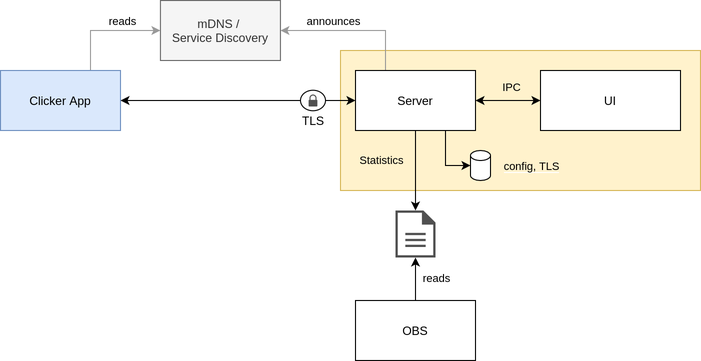
This is documentation/static/overview.png from kickertech/fcl-app, a draw.io export, as it was before one commit. Source tidied: cells renumbered, new cells last; positions are measured from the earlier drawing's top-left corner, leaving out a move shared by most shapes. Source of this version:
```xml
<mxGraphModel>
  <root>
    <mxCell id="0" />
    <mxCell id="1" parent="0" />
    <mxCell id="2" style="rounded=0;whiteSpace=wrap;html=1;fillColor=#fff2cc;strokeColor=#d6b656;" parent="1" vertex="1">
      <mxGeometry x="340" y="50" width="360" height="140" as="geometry" />
    </mxCell>
    <mxCell id="3" style="edgeStyle=orthogonalEdgeStyle;rounded=0;jettySize=auto;html=1;exitX=0.25;exitY=0;exitDx=0;exitDy=0;entryX=1;entryY=0.5;entryDx=0;entryDy=0;fillColor=#f5f5f5;strokeColor=#999999;" parent="1" edge="1" source="11" target="16">
      <mxGeometry relative="1" as="geometry" />
    </mxCell>
    <mxCell id="4" value="announces" style="edgeLabel;html=1;align=center;verticalAlign=middle;" parent="3" vertex="1">
      <mxGeometry x="0.19" y="1" relative="1" as="geometry">
        <mxPoint x="-6.5" y="-11" as="offset" />
      </mxGeometry>
    </mxCell>
    <mxCell id="5" style="edgeStyle=orthogonalEdgeStyle;rounded=0;jettySize=auto;html=1;exitX=1;exitY=0.5;exitDx=0;exitDy=0;entryX=0;entryY=0.5;entryDx=0;entryDy=0;endArrow=classic;endFill=1;startArrow=classic;startFill=1;" parent="1" edge="1" source="11" target="12">
      <mxGeometry relative="1" as="geometry" />
    </mxCell>
    <mxCell id="6" value="IPC" style="edgeLabel;html=1;align=center;verticalAlign=middle;labelBackgroundColor=#FFF2CC;" parent="5" vertex="1">
      <mxGeometry x="-0.33" relative="1" as="geometry">
        <mxPoint x="13.3" y="-13.5" as="offset" />
      </mxGeometry>
    </mxCell>
    <mxCell id="7" style="edgeStyle=orthogonalEdgeStyle;rounded=0;jettySize=auto;html=1;exitX=0.5;exitY=1;exitDx=0;exitDy=0;startArrow=none;startFill=0;endArrow=classic;endFill=1;" parent="1" edge="1" source="11" target="17">
      <mxGeometry relative="1" as="geometry" />
    </mxCell>
    <mxCell id="8" value="Statistics" style="edgeLabel;html=1;align=center;verticalAlign=middle;labelBackgroundColor=#FFF2CC;" parent="7" vertex="1">
      <mxGeometry x="0.35" y="-1" relative="1" as="geometry">
        <mxPoint x="-34" y="-24.3" as="offset" />
      </mxGeometry>
    </mxCell>
    <mxCell id="9" style="edgeStyle=orthogonalEdgeStyle;rounded=0;jettySize=auto;html=1;exitX=0.75;exitY=1;exitDx=0;exitDy=0;entryX=0;entryY=0.5;entryDx=0;entryDy=0;entryPerimeter=0;startArrow=none;startFill=0;endArrow=classic;endFill=1;" parent="1" edge="1" source="11" target="21">
      <mxGeometry relative="1" as="geometry" />
    </mxCell>
    <mxCell id="10" value="&lt;span style=&quot;background-color: rgb(255 , 242 , 204)&quot;&gt;config, TLS&lt;/span&gt;" style="edgeLabel;html=1;align=center;verticalAlign=middle;points=[];" parent="9" vertex="1">
      <mxGeometry x="-0.17" relative="1" as="geometry">
        <mxPoint x="85" y="9.9" as="offset" />
      </mxGeometry>
    </mxCell>
    <mxCell id="11" value="Server" style="rounded=0;whiteSpace=wrap;html=1;" parent="1" vertex="1">
      <mxGeometry x="355" y="70" width="120" height="60" as="geometry" />
    </mxCell>
    <mxCell id="12" value="UI" style="rounded=0;whiteSpace=wrap;html=1;" parent="1" vertex="1">
      <mxGeometry x="540" y="70" width="140" height="60" as="geometry" />
    </mxCell>
    <mxCell id="13" style="edgeStyle=orthogonalEdgeStyle;rounded=0;jettySize=auto;html=1;exitX=0.75;exitY=0;exitDx=0;exitDy=0;entryX=0;entryY=0.5;entryDx=0;entryDy=0;fillColor=#f5f5f5;strokeColor=#999999;" parent="1" edge="1" source="15" target="16">
      <mxGeometry relative="1" as="geometry" />
    </mxCell>
    <mxCell id="14" value="reads" style="edgeLabel;html=1;align=center;verticalAlign=middle;points=[];" parent="13" vertex="1">
      <mxGeometry x="0.17" y="3" relative="1" as="geometry">
        <mxPoint x="6" y="-7" as="offset" />
      </mxGeometry>
    </mxCell>
    <mxCell id="15" value="Clicker App" style="rounded=0;whiteSpace=wrap;html=1;fillColor=#dae8fc;strokeColor=#6c8ebf;" parent="1" vertex="1">
      <mxGeometry y="70" width="120" height="60" as="geometry" />
    </mxCell>
    <mxCell id="16" value="mDNS / &lt;br&gt;Service Discovery" style="rounded=0;whiteSpace=wrap;html=1;fillColor=#f5f5f5;strokeColor=#666666;fontColor=#333333;" parent="1" vertex="1">
      <mxGeometry x="159.9" width="120" height="60" as="geometry" />
    </mxCell>
    <mxCell id="17" style="shadow=0;dashed=0;html=1;strokeColor=none;fillColor=#505050;labelPosition=center;verticalLabelPosition=bottom;verticalAlign=top;outlineConnect=0;align=center;shape=mxgraph.office.concepts.document;labelBackgroundColor=#FFF2CC;" parent="1" vertex="1">
      <mxGeometry x="395" y="210" width="40" height="47" as="geometry" />
    </mxCell>
    <mxCell id="18" style="edgeStyle=orthogonalEdgeStyle;rounded=0;jettySize=auto;html=1;exitX=0.5;exitY=0;exitDx=0;exitDy=0;startArrow=none;startFill=0;endArrow=classic;endFill=1;" parent="1" edge="1" source="20" target="17">
      <mxGeometry relative="1" as="geometry" />
    </mxCell>
    <mxCell id="19" value="reads" style="edgeLabel;html=1;align=center;verticalAlign=middle;" parent="18" vertex="1">
      <mxGeometry x="0.21" relative="1" as="geometry">
        <mxPoint x="20" y="4" as="offset" />
      </mxGeometry>
    </mxCell>
    <mxCell id="20" value="&lt;span style=&quot;background-color: rgb(255 , 255 , 255)&quot;&gt;OBS&lt;/span&gt;" style="rounded=0;whiteSpace=wrap;html=1;labelBackgroundColor=#FFF2CC;fillColor=#ffffff;" parent="1" vertex="1">
      <mxGeometry x="355" y="300" width="120" height="60" as="geometry" />
    </mxCell>
    <mxCell id="21" style="strokeWidth=1;html=1;shape=mxgraph.flowchart.database;whiteSpace=wrap;labelBackgroundColor=#FFF2CC;fillColor=#ffffff;" parent="1" vertex="1">
      <mxGeometry x="470" y="150" width="20" height="30" as="geometry" />
    </mxCell>
    <mxCell id="22" style="edgeStyle=orthogonalEdgeStyle;rounded=0;jettySize=auto;html=1;exitX=1;exitY=0.5;exitDx=0;exitDy=0;entryX=0;entryY=0.5;entryDx=0;entryDy=0;startArrow=classic;startFill=1;" parent="1" edge="1" source="15" target="11">
      <mxGeometry relative="1" as="geometry" />
    </mxCell>
    <mxCell id="23" style="ellipse;whiteSpace=wrap;html=1;" parent="1" vertex="1">
      <mxGeometry x="300" y="89.8" width="25" height="20.5" as="geometry" />
    </mxCell>
    <mxCell id="24" style="shadow=0;dashed=0;html=1;strokeColor=none;fillColor=#505050;labelPosition=center;verticalLabelPosition=bottom;verticalAlign=top;outlineConnect=0;align=center;shape=mxgraph.office.security.lock_protected;labelBackgroundColor=#FFF2CC;" parent="1" vertex="1">
      <mxGeometry x="308.1" y="94" width="8.8" height="12" as="geometry" />
    </mxCell>
    <mxCell id="25" value="&lt;span style=&quot;background-color: rgb(255 , 255 , 255)&quot;&gt;TLS&lt;/span&gt;" style="text;html=1;strokeColor=none;fillColor=none;align=center;verticalAlign=middle;whiteSpace=wrap;rounded=0;labelBackgroundColor=#FFF2CC;" parent="1" vertex="1">
      <mxGeometry x="292.5" y="110" width="40" height="20" as="geometry" />
    </mxCell>
  </root>
</mxGraphModel>
```
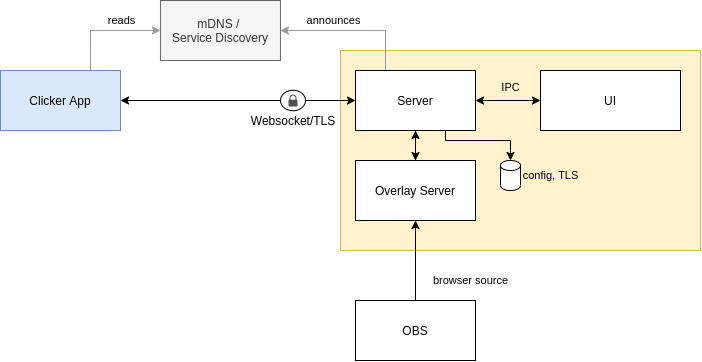
The same file after the commit.

Diff of the diagram source:
```diff
@@ -3,9 +3,9 @@
     <mxCell id="0" />
     <mxCell id="1" parent="0" />
     <mxCell id="2" style="rounded=0;whiteSpace=wrap;html=1;fillColor=#fff2cc;strokeColor=#d6b656;" parent="1" vertex="1">
-      <mxGeometry x="340" y="50" width="360" height="140" as="geometry" />
+      <mxGeometry x="340" y="50" width="360" height="200" as="geometry" />
     </mxCell>
-    <mxCell id="3" style="edgeStyle=orthogonalEdgeStyle;rounded=0;jettySize=auto;html=1;exitX=0.25;exitY=0;exitDx=0;exitDy=0;entryX=1;entryY=0.5;entryDx=0;entryDy=0;fillColor=#f5f5f5;strokeColor=#999999;" parent="1" edge="1" source="11" target="16">
+    <mxCell id="3" style="edgeStyle=orthogonalEdgeStyle;rounded=0;jettySize=auto;html=1;exitX=0.25;exitY=0;exitDx=0;exitDy=0;entryX=1;entryY=0.5;entryDx=0;entryDy=0;fillColor=#f5f5f5;strokeColor=#999999;" parent="1" edge="1" source="9" target="14">
       <mxGeometry relative="1" as="geometry" />
     </mxCell>
     <mxCell id="4" value="announces" style="edgeLabel;html=1;align=center;verticalAlign=middle;" parent="3" vertex="1">
@@ -13,7 +13,7 @@
         <mxPoint x="-6.5" y="-11" as="offset" />
       </mxGeometry>
     </mxCell>
-    <mxCell id="5" style="edgeStyle=orthogonalEdgeStyle;rounded=0;jettySize=auto;html=1;exitX=1;exitY=0.5;exitDx=0;exitDy=0;entryX=0;entryY=0.5;entryDx=0;entryDy=0;endArrow=classic;endFill=1;startArrow=classic;startFill=1;" parent="1" edge="1" source="11" target="12">
+    <mxCell id="5" style="edgeStyle=orthogonalEdgeStyle;rounded=0;jettySize=auto;html=1;exitX=1;exitY=0.5;exitDx=0;exitDy=0;entryX=0;entryY=0.5;entryDx=0;entryDy=0;endArrow=classic;endFill=1;startArrow=classic;startFill=1;" parent="1" edge="1" source="9" target="10">
       <mxGeometry relative="1" as="geometry" />
     </mxCell>
     <mxCell id="6" value="IPC" style="edgeLabel;html=1;align=center;verticalAlign=middle;labelBackgroundColor=#FFF2CC;" parent="5" vertex="1">
@@ -21,70 +21,74 @@
         <mxPoint x="13.3" y="-13.5" as="offset" />
       </mxGeometry>
     </mxCell>
-    <mxCell id="7" style="edgeStyle=orthogonalEdgeStyle;rounded=0;jettySize=auto;html=1;exitX=0.5;exitY=1;exitDx=0;exitDy=0;startArrow=none;startFill=0;endArrow=classic;endFill=1;" parent="1" edge="1" source="11" target="17">
-      <mxGeometry relative="1" as="geometry" />
+    <mxCell id="7" style="edgeStyle=orthogonalEdgeStyle;rounded=0;jettySize=auto;html=1;exitX=0.75;exitY=1;exitDx=0;exitDy=0;entryX=0.5;entryY=0;entryDx=0;entryDy=0;entryPerimeter=0;startArrow=none;startFill=0;endArrow=classic;endFill=1;" parent="1" edge="1" source="9" target="18">
+      <mxGeometry relative="1" as="geometry">
+        <Array as="points">
+          <mxPoint x="445" y="140" />
+          <mxPoint x="510" y="140" />
+          <mxPoint x="510" y="150" />
+        </Array>
+      </mxGeometry>
     </mxCell>
-    <mxCell id="8" value="Statistics" style="edgeLabel;html=1;align=center;verticalAlign=middle;labelBackgroundColor=#FFF2CC;" parent="7" vertex="1">
-      <mxGeometry x="0.35" y="-1" relative="1" as="geometry">
-        <mxPoint x="-34" y="-24.3" as="offset" />
+    <mxCell id="8" value="&lt;span style=&quot;background-color: rgb(255 , 242 , 204)&quot;&gt;config, TLS&lt;/span&gt;" style="edgeLabel;html=1;align=center;verticalAlign=middle;" parent="7" vertex="1">
+      <mxGeometry x="-0.17" relative="1" as="geometry">
+        <mxPoint x="75.7" y="35" as="offset" />
       </mxGeometry>
     </mxCell>
-    <mxCell id="9" style="edgeStyle=orthogonalEdgeStyle;rounded=0;jettySize=auto;html=1;exitX=0.75;exitY=1;exitDx=0;exitDy=0;entryX=0;entryY=0.5;entryDx=0;entryDy=0;entryPerimeter=0;startArrow=none;startFill=0;endArrow=classic;endFill=1;" parent="1" edge="1" source="11" target="21">
-      <mxGeometry relative="1" as="geometry" />
+    <mxCell id="9" value="Server" style="rounded=0;whiteSpace=wrap;html=1;" parent="1" vertex="1">
+      <mxGeometry x="355" y="70" width="120" height="60" as="geometry" />
     </mxCell>
-    <mxCell id="10" value="&lt;span style=&quot;background-color: rgb(255 , 242 , 204)&quot;&gt;config, TLS&lt;/span&gt;" style="edgeLabel;html=1;align=center;verticalAlign=middle;points=[];" parent="9" vertex="1">
-      <mxGeometry x="-0.17" relative="1" as="geometry">
-        <mxPoint x="85" y="9.9" as="offset" />
-      </mxGeometry>
+    <mxCell id="10" value="UI" style="rounded=0;whiteSpace=wrap;html=1;" parent="1" vertex="1">
+      <mxGeometry x="540" y="70" width="140" height="60" as="geometry" />
     </mxCell>
-    <mxCell id="11" value="Server" style="rounded=0;whiteSpace=wrap;html=1;" parent="1" vertex="1">
-      <mxGeometry x="355" y="70" width="120" height="60" as="geometry" />
+    <mxCell id="11" style="edgeStyle=orthogonalEdgeStyle;rounded=0;jettySize=auto;html=1;exitX=0.75;exitY=0;exitDx=0;exitDy=0;entryX=0;entryY=0.5;entryDx=0;entryDy=0;fillColor=#f5f5f5;strokeColor=#999999;" parent="1" edge="1" source="13" target="14">
+      <mxGeometry relative="1" as="geometry" />
     </mxCell>
-    <mxCell id="12" value="UI" style="rounded=0;whiteSpace=wrap;html=1;" parent="1" vertex="1">
-      <mxGeometry x="540" y="70" width="140" height="60" as="geometry" />
+    <mxCell id="12" value="reads" style="edgeLabel;html=1;align=center;verticalAlign=middle;points=[];" parent="11" vertex="1">
+      <mxGeometry x="0.17" y="3" relative="1" as="geometry">
+        <mxPoint x="6" y="-7" as="offset" />
+      </mxGeometry>
     </mxCell>
-    <mxCell id="13" style="edgeStyle=orthogonalEdgeStyle;rounded=0;jettySize=auto;html=1;exitX=0.75;exitY=0;exitDx=0;exitDy=0;entryX=0;entryY=0.5;entryDx=0;entryDy=0;fillColor=#f5f5f5;strokeColor=#999999;" parent="1" edge="1" source="15" target="16">
-      <mxGeometry relative="1" as="geometry" />
+    <mxCell id="13" value="Clicker App" style="rounded=0;whiteSpace=wrap;html=1;fillColor=#dae8fc;strokeColor=#6c8ebf;" parent="1" vertex="1">
+      <mxGeometry y="70" width="120" height="60" as="geometry" />
     </mxCell>
-    <mxCell id="14" value="reads" style="edgeLabel;html=1;align=center;verticalAlign=middle;points=[];" parent="13" vertex="1">
-      <mxGeometry x="0.17" y="3" relative="1" as="geometry">
-        <mxPoint x="6" y="-7" as="offset" />
-      </mxGeometry>
+    <mxCell id="14" value="mDNS / &lt;br&gt;Service Discovery" style="rounded=0;whiteSpace=wrap;html=1;fillColor=#f5f5f5;strokeColor=#666666;fontColor=#333333;" parent="1" vertex="1">
+      <mxGeometry x="159.9" width="120" height="60" as="geometry" />
     </mxCell>
-    <mxCell id="15" value="Clicker App" style="rounded=0;whiteSpace=wrap;html=1;fillColor=#dae8fc;strokeColor=#6c8ebf;" parent="1" vertex="1">
-      <mxGeometry y="70" width="120" height="60" as="geometry" />
+    <mxCell id="15" style="edgeStyle=orthogonalEdgeStyle;rounded=0;jettySize=auto;html=1;exitX=0.5;exitY=0;exitDx=0;exitDy=0;startArrow=none;startFill=0;endArrow=classic;endFill=1;entryX=0.5;entryY=1;entryDx=0;entryDy=0;" parent="1" edge="1" source="17" target="24">
+      <mxGeometry relative="1" as="geometry" />
     </mxCell>
-    <mxCell id="16" value="mDNS / &lt;br&gt;Service Discovery" style="rounded=0;whiteSpace=wrap;html=1;fillColor=#f5f5f5;strokeColor=#666666;fontColor=#333333;" parent="1" vertex="1">
-      <mxGeometry x="159.9" width="120" height="60" as="geometry" />
+    <mxCell id="16" value="browser source" style="edgeLabel;html=1;align=center;verticalAlign=middle;points=[];" parent="15" vertex="1">
+      <mxGeometry x="0.21" relative="1" as="geometry">
+        <mxPoint x="55" y="28.3" as="offset" />
+      </mxGeometry>
     </mxCell>
-    <mxCell id="17" style="shadow=0;dashed=0;html=1;strokeColor=none;fillColor=#505050;labelPosition=center;verticalLabelPosition=bottom;verticalAlign=top;outlineConnect=0;align=center;shape=mxgraph.office.concepts.document;labelBackgroundColor=#FFF2CC;" parent="1" vertex="1">
-      <mxGeometry x="395" y="210" width="40" height="47" as="geometry" />
+    <mxCell id="17" value="&lt;span style=&quot;background-color: rgb(255 , 255 , 255)&quot;&gt;OBS&lt;/span&gt;" style="rounded=0;whiteSpace=wrap;html=1;labelBackgroundColor=#FFF2CC;fillColor=#ffffff;" parent="1" vertex="1">
+      <mxGeometry x="355" y="300" width="120" height="60" as="geometry" />
     </mxCell>
-    <mxCell id="18" style="edgeStyle=orthogonalEdgeStyle;rounded=0;jettySize=auto;html=1;exitX=0.5;exitY=0;exitDx=0;exitDy=0;startArrow=none;startFill=0;endArrow=classic;endFill=1;" parent="1" edge="1" source="20" target="17">
-      <mxGeometry relative="1" as="geometry" />
+    <mxCell id="18" style="strokeWidth=1;html=1;shape=mxgraph.flowchart.database;whiteSpace=wrap;labelBackgroundColor=#FFF2CC;fillColor=#ffffff;" parent="1" vertex="1">
+      <mxGeometry x="500" y="160" width="20" height="30" as="geometry" />
     </mxCell>
-    <mxCell id="19" value="reads" style="edgeLabel;html=1;align=center;verticalAlign=middle;" parent="18" vertex="1">
-      <mxGeometry x="0.21" relative="1" as="geometry">
-        <mxPoint x="20" y="4" as="offset" />
-      </mxGeometry>
+    <mxCell id="19" style="edgeStyle=orthogonalEdgeStyle;rounded=0;jettySize=auto;html=1;exitX=1;exitY=0.5;exitDx=0;exitDy=0;entryX=0;entryY=0.5;entryDx=0;entryDy=0;startArrow=classic;startFill=1;" parent="1" edge="1" source="13" target="9">
+      <mxGeometry relative="1" as="geometry" />
     </mxCell>
-    <mxCell id="20" value="&lt;span style=&quot;background-color: rgb(255 , 255 , 255)&quot;&gt;OBS&lt;/span&gt;" style="rounded=0;whiteSpace=wrap;html=1;labelBackgroundColor=#FFF2CC;fillColor=#ffffff;" parent="1" vertex="1">
-      <mxGeometry x="355" y="300" width="120" height="60" as="geometry" />
+    <mxCell id="20" style="ellipse;whiteSpace=wrap;html=1;" parent="1" vertex="1">
+      <mxGeometry x="280" y="89.8" width="25" height="20.5" as="geometry" />
     </mxCell>
-    <mxCell id="21" style="strokeWidth=1;html=1;shape=mxgraph.flowchart.database;whiteSpace=wrap;labelBackgroundColor=#FFF2CC;fillColor=#ffffff;" parent="1" vertex="1">
-      <mxGeometry x="470" y="150" width="20" height="30" as="geometry" />
+    <mxCell id="21" style="shadow=0;dashed=0;html=1;strokeColor=none;fillColor=#505050;labelPosition=center;verticalLabelPosition=bottom;verticalAlign=top;outlineConnect=0;align=center;shape=mxgraph.office.security.lock_protected;labelBackgroundColor=#FFF2CC;" parent="1" vertex="1">
+      <mxGeometry x="288.1" y="94" width="8.8" height="12" as="geometry" />
     </mxCell>
-    <mxCell id="22" style="edgeStyle=orthogonalEdgeStyle;rounded=0;jettySize=auto;html=1;exitX=1;exitY=0.5;exitDx=0;exitDy=0;entryX=0;entryY=0.5;entryDx=0;entryDy=0;startArrow=classic;startFill=1;" parent="1" edge="1" source="15" target="11">
-      <mxGeometry relative="1" as="geometry" />
+    <mxCell id="22" value="&lt;span style=&quot;background-color: rgb(255 , 255 , 255)&quot;&gt;Websocket/TLS&lt;/span&gt;" style="text;html=1;strokeColor=none;fillColor=none;align=center;verticalAlign=middle;whiteSpace=wrap;rounded=0;labelBackgroundColor=#FFF2CC;" parent="1" vertex="1">
+      <mxGeometry x="272.5" y="110" width="40" height="20" as="geometry" />
     </mxCell>
-    <mxCell id="23" style="ellipse;whiteSpace=wrap;html=1;" parent="1" vertex="1">
-      <mxGeometry x="300" y="89.8" width="25" height="20.5" as="geometry" />
+    <mxCell id="23" style="edgeStyle=orthogonalEdgeStyle;rounded=0;jettySize=auto;html=1;" parent="1" edge="1" source="24" target="9">
+      <mxGeometry relative="1" as="geometry" />
     </mxCell>
-    <mxCell id="24" style="shadow=0;dashed=0;html=1;strokeColor=none;fillColor=#505050;labelPosition=center;verticalLabelPosition=bottom;verticalAlign=top;outlineConnect=0;align=center;shape=mxgraph.office.security.lock_protected;labelBackgroundColor=#FFF2CC;" parent="1" vertex="1">
-      <mxGeometry x="308.1" y="94" width="8.8" height="12" as="geometry" />
+    <mxCell id="24" value="Overlay Server" style="whiteSpace=wrap;html=1;" parent="1" vertex="1">
+      <mxGeometry x="355" y="160" width="120" height="60" as="geometry" />
     </mxCell>
-    <mxCell id="25" value="&lt;span style=&quot;background-color: rgb(255 , 255 , 255)&quot;&gt;TLS&lt;/span&gt;" style="text;html=1;strokeColor=none;fillColor=none;align=center;verticalAlign=middle;whiteSpace=wrap;rounded=0;labelBackgroundColor=#FFF2CC;" parent="1" vertex="1">
-      <mxGeometry x="292.5" y="110" width="40" height="20" as="geometry" />
+    <mxCell id="25" style="edgeStyle=orthogonalEdgeStyle;rounded=0;jettySize=auto;html=1;exitX=0.5;exitY=1;exitDx=0;exitDy=0;startArrow=none;startFill=0;endArrow=classic;endFill=1;" parent="1" edge="1" source="9" target="24">
+      <mxGeometry relative="1" as="geometry" />
     </mxCell>
   </root>
 </mxGraphModel>
```
